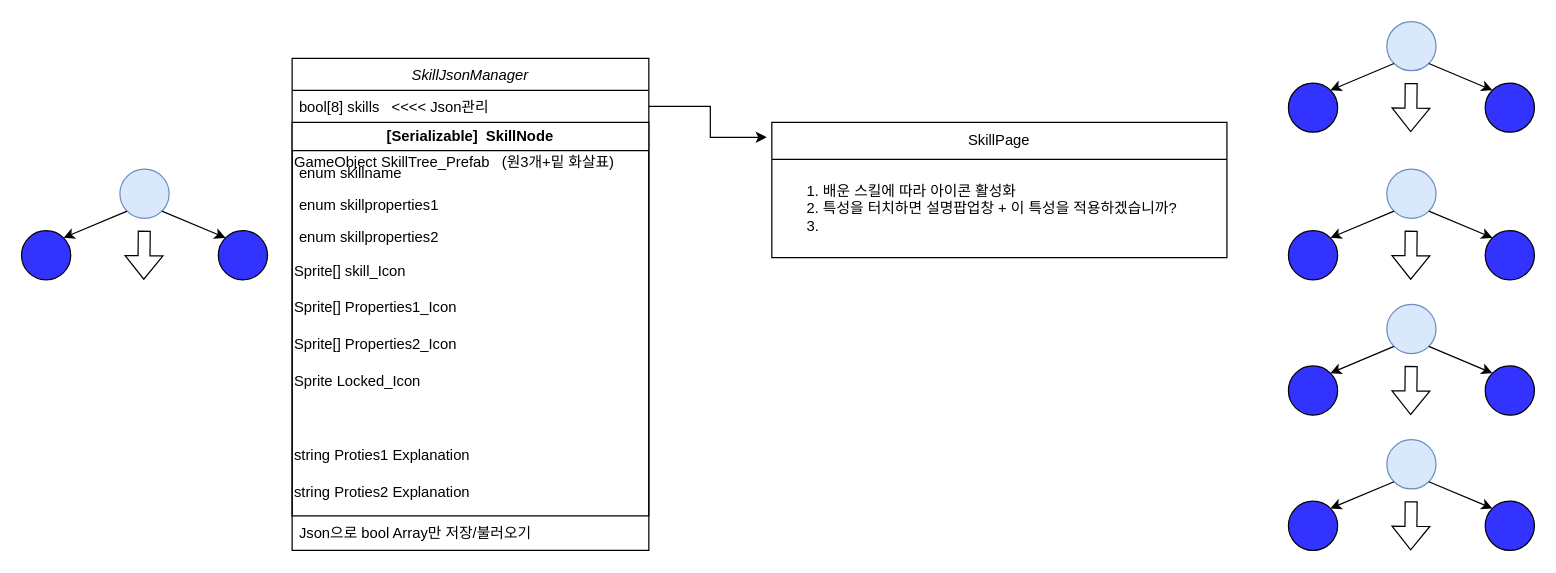
Earlier version of the draw.io diagram 2048Diagram.drawio (nilbace/2048Diagram). Source tidied: cells renumbered, new cells numbered last; positions are measured from the earlier drawing's top-left corner, leaving out a move shared by most shapes. Both pictures are drawn from the tidied source at 123%, with x=0, y=0 at pixel (21, 21).
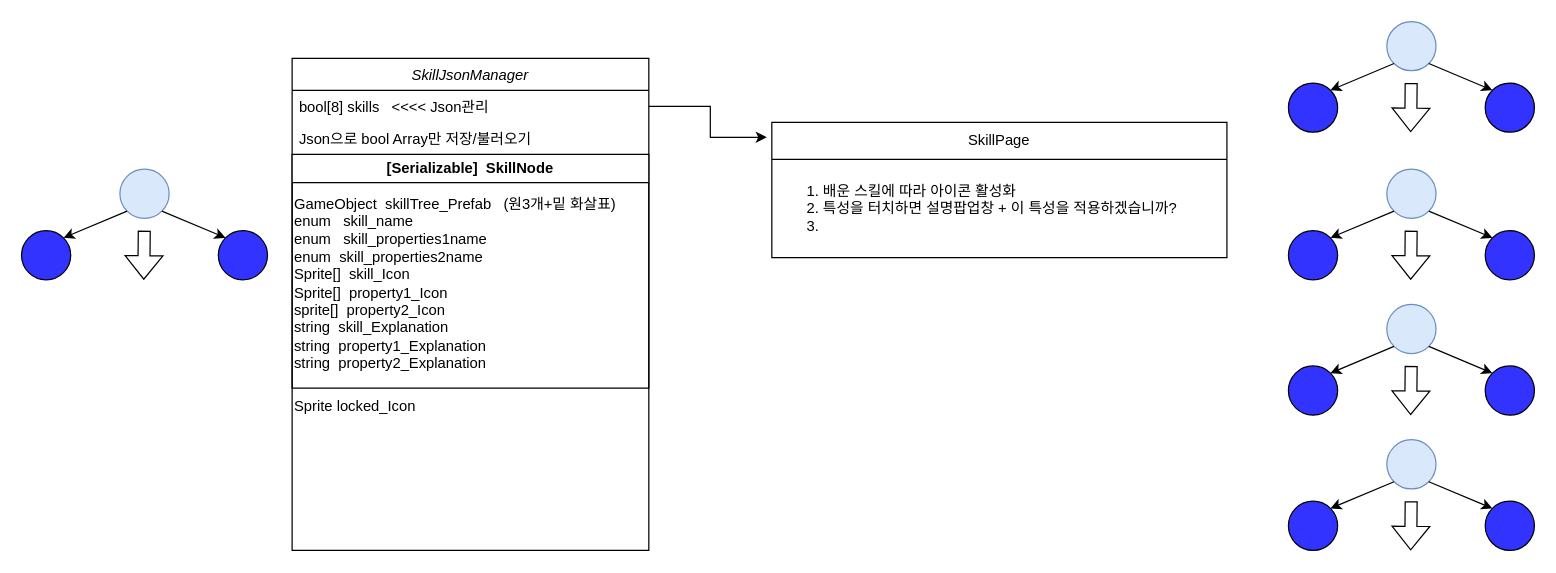
The same page after the edit.

Unchanged cells that the change refers to:
```xml
<mxCell id="2" value="SkillJsonManager" style="swimlane;fontStyle=2;align=center;verticalAlign=top;horizontal=1;startSize=26;rounded=0;shadow=0;strokeWidth=1;" parent="1" vertex="1">
  <mxGeometry x="220" y="30" width="290" height="400" as="geometry" />
</mxCell>
```

What changed in the source:
```diff
@@
+    <mxCell id="15" value="Json으로 bool Array만 저장/불러오기" style="text;align=left;verticalAlign=top;spacingLeft=4;spacingRight=4;overflow=hidden;" parent="2" vertex="1">
+      <mxGeometry y="52" width="290" height="26" as="geometry" />
+    </mxCell>
-    <mxCell id="4" value="[Serializable]&amp;nbsp; SkillNode" style="swimlane;whiteSpace=wrap;html=1;" parent="2" vertex="1">
-      <mxGeometry y="52" width="290" height="320" as="geometry" />
+    <mxCell id="4" value="[Serializable]&amp;nbsp; SkillNode" style="swimlane;whiteSpace=wrap;html=1;labelPosition=center;verticalLabelPosition=middle;align=center;verticalAlign=middle;textDirection=ltr;gradientColor=none;strokeWidth=1;" parent="2" vertex="1">
+      <mxGeometry y="78" width="290" height="190" as="geometry" />
     </mxCell>
-    <mxCell id="5" value="enum skillname" style="text;align=left;verticalAlign=top;spacingLeft=4;spacingRight=4;overflow=hidden;rounded=0;shadow=0;html=0;" parent="4" vertex="1">
-      <mxGeometry y="28" width="290" height="26" as="geometry" />
-    </mxCell>
-    <mxCell id="6" value="GameObject SkillTree_Prefab&amp;nbsp; &amp;nbsp;(원3개+밑 화살표)" style="text;html=1;strokeColor=none;fillColor=none;align=left;verticalAlign=middle;whiteSpace=wrap;rounded=0;" parent="4" vertex="1">
-      <mxGeometry y="18" width="290" height="30" as="geometry" />
+    <mxCell id="6" value="GameObject &lt;span style=&quot;white-space: pre;&quot;&gt; &lt;/span&gt;skillTree_Prefab&amp;nbsp; &amp;nbsp;(원3개+밑 화살표)&lt;br&gt;enum&amp;nbsp;&lt;span style=&quot;white-space: pre;&quot;&gt; &lt;/span&gt;&lt;span style=&quot;white-space: pre;&quot;&gt; &lt;/span&gt;skill_name&lt;br&gt;enum&amp;nbsp;&lt;span style=&quot;white-space: pre;&quot;&gt; &lt;/span&gt;&lt;span style=&quot;white-space: pre;&quot;&gt; &lt;/span&gt;skill_properties1name&lt;br&gt;enum&lt;span style=&quot;white-space: pre;&quot;&gt; &lt;/span&gt;&lt;span style=&quot;white-space: pre;&quot;&gt; &lt;/span&gt;skill_properties2name&lt;br&gt;Sprite[]&lt;span style=&quot;white-space: pre;&quot;&gt; &lt;/span&gt;&lt;span style=&quot;white-space: pre;&quot;&gt; &lt;/span&gt;skill_Icon&lt;br&gt;Sprite[]&lt;span style=&quot;white-space: pre;&quot;&gt; &lt;/span&gt;&lt;span style=&quot;white-space: pre;&quot;&gt; &lt;/span&gt;property1_Icon&lt;br&gt;sprite[]&lt;span style=&quot;white-space: pre;&quot;&gt; &lt;/span&gt;&lt;span style=&quot;white-space: pre;&quot;&gt; &lt;/span&gt;property2_Icon&lt;br&gt;string&lt;span style=&quot;white-space: pre;&quot;&gt; &lt;/span&gt;&lt;span style=&quot;white-space: pre;&quot;&gt; &lt;/span&gt;skill_Explanation&lt;br&gt;string&lt;span style=&quot;white-space: pre;&quot;&gt; &lt;/span&gt;&lt;span style=&quot;white-space: pre;&quot;&gt; &lt;/span&gt;property1_Explanation&lt;br&gt;string&lt;span style=&quot;white-space: pre;&quot;&gt; &lt;/span&gt;&lt;span style=&quot;white-space: pre;&quot;&gt; &lt;/span&gt;property2_Explanation" style="text;html=1;strokeColor=none;fillColor=none;align=left;verticalAlign=middle;whiteSpace=wrap;rounded=0;" parent="4" vertex="1">
+      <mxGeometry y="90" width="290" height="30" as="geometry" />
     </mxCell>
-    <mxCell id="7" value="enum skillproperties1&#10;" style="text;align=left;verticalAlign=top;spacingLeft=4;spacingRight=4;overflow=hidden;rounded=0;shadow=0;html=0;" parent="4" vertex="1">
-      <mxGeometry y="54" width="290" height="26" as="geometry" />
-    </mxCell>
-    <mxCell id="8" value="enum skillproperties2&#10;" style="text;align=left;verticalAlign=top;spacingLeft=4;spacingRight=4;overflow=hidden;rounded=0;shadow=0;html=0;" parent="4" vertex="1">
-      <mxGeometry y="80" width="290" height="26" as="geometry" />
-    </mxCell>
-    <mxCell id="9" value="Sprite[] skill_Icon" style="text;html=1;strokeColor=none;fillColor=none;align=left;verticalAlign=middle;whiteSpace=wrap;rounded=0;" parent="4" vertex="1">
-      <mxGeometry y="106" width="290" height="30" as="geometry" />
-    </mxCell>
-    <mxCell id="10" value="Sprite[] Properties1_Icon" style="text;html=1;align=left;verticalAlign=middle;strokeColor=none;fillColor=none;" parent="4" vertex="1">
-      <mxGeometry y="136" width="290" height="30" as="geometry" />
-    </mxCell>
-    <mxCell id="11" value="Sprite[] Properties2_Icon" style="text;html=1;align=left;verticalAlign=middle;strokeColor=none;fillColor=none;" parent="4" vertex="1">
-      <mxGeometry y="166" width="290" height="30" as="geometry" />
-    </mxCell>
-    <mxCell id="12" value="Sprite Locked_Icon" style="text;html=1;strokeColor=none;fillColor=none;align=left;verticalAlign=middle;whiteSpace=wrap;rounded=0;" parent="4" vertex="1">
-      <mxGeometry y="196" width="290" height="30" as="geometry" />
+    <mxCell id="12" value="Sprite locked_Icon" style="text;html=1;strokeColor=none;fillColor=none;align=left;verticalAlign=middle;whiteSpace=wrap;rounded=0;" parent="2" vertex="1">
+      <mxGeometry y="268" width="290" height="30" as="geometry" />
     </mxCell>
-    <mxCell id="13" value="string Proties1 Explanation" style="text;html=1;strokeColor=none;fillColor=none;align=left;verticalAlign=middle;whiteSpace=wrap;rounded=0;" parent="4" vertex="1">
-      <mxGeometry y="256" width="290" height="30" as="geometry" />
-    </mxCell>
-    <mxCell id="14" value="string Proties2 Explanation" style="text;html=1;strokeColor=none;fillColor=none;align=left;verticalAlign=middle;whiteSpace=wrap;rounded=0;" parent="4" vertex="1">
-      <mxGeometry y="286" width="290" height="30" as="geometry" />
-    </mxCell>
-    <mxCell id="15" value="Json으로 bool Array만 저장/불러오기" style="text;align=left;verticalAlign=top;spacingLeft=4;spacingRight=4;overflow=hidden;" parent="2" vertex="1">
-      <mxGeometry y="372" width="290" height="26" as="geometry" />
-    </mxCell>
```
